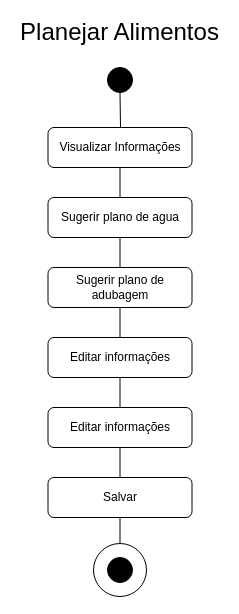
Above: Planejar_alimentos.drawio in Thiago163/api_sistema_trienal (draw.io), before the change. Source tidied: cells renumbered, new cells numbered last; positions are measured from the earlier drawing's top-left corner, leaving out a move shared by most shapes. Both pictures are drawn from the tidied source at 100%, with x=0, y=0 at pixel (17, 17).
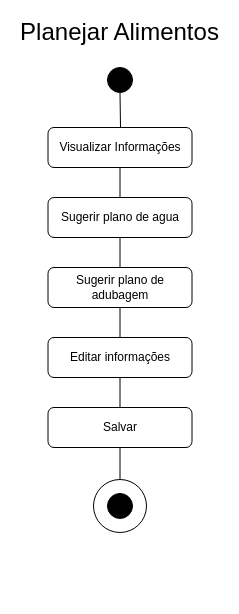
After the change.

What changed in the source:
```diff
@@
 <mxGraphModel>
   <root>
     <mxCell id="0" />
     <mxCell id="1" parent="0" />
     <mxCell id="2" style="ellipse;whiteSpace=wrap;html=1;fillColor=#000000;" parent="1" vertex="1">
       <mxGeometry x="90" y="50" width="25" height="25" as="geometry" />
     </mxCell>
     <mxCell id="3" value="&lt;font style=&quot;font-size: 24px;&quot;&gt;Planejar Alimentos&lt;/font&gt;" style="text;html=1;align=center;verticalAlign=middle;whiteSpace=wrap;rounded=0;" parent="1" vertex="1">
       <mxGeometry width="205" height="30" as="geometry" />
     </mxCell>
     <mxCell id="4" value="Visualizar Informações" style="rounded=1;whiteSpace=wrap;html=1;" parent="1" vertex="1">
       <mxGeometry x="30.5" y="110" width="144" height="40" as="geometry" />
     </mxCell>
     <mxCell id="5" style="endArrow=none;html=1;rounded=0;entryX=0.5;entryY=1;entryDx=0;entryDy=0;" parent="1" edge="1" target="2">
       <mxGeometry relative="1" as="geometry">
         <mxPoint x="103" y="110" as="sourcePoint" />
       </mxGeometry>
     </mxCell>
     <mxCell id="6" value="Sugerir plano de agua" style="rounded=1;whiteSpace=wrap;html=1;" parent="1" vertex="1">
       <mxGeometry x="30.5" y="180" width="144" height="40" as="geometry" />
     </mxCell>
     <mxCell id="7" value="Sugerir plano de adubagem" style="rounded=1;whiteSpace=wrap;html=1;" parent="1" vertex="1">
       <mxGeometry x="30.5" y="250" width="144" height="40" as="geometry" />
     </mxCell>
     <mxCell id="8" value="Editar informações" style="rounded=1;whiteSpace=wrap;html=1;" parent="1" vertex="1">
       <mxGeometry x="30.5" y="320" width="144" height="40" as="geometry" />
     </mxCell>
-    <mxCell id="9" value="Editar informações" style="rounded=1;whiteSpace=wrap;html=1;" parent="1" vertex="1">
+    <mxCell id="9" value="Salvar" style="rounded=1;whiteSpace=wrap;html=1;" parent="1" vertex="1">
       <mxGeometry x="30.5" y="390" width="144" height="40" as="geometry" />
     </mxCell>
-    <mxCell id="10" value="Salvar" style="rounded=1;whiteSpace=wrap;html=1;" parent="1" vertex="1">
-      <mxGeometry x="30.5" y="460" width="144" height="40" as="geometry" />
-    </mxCell>
     <mxCell id="11" style="endArrow=none;html=1;rounded=0;entryX=0.5;entryY=1;entryDx=0;entryDy=0;exitX=0.5;exitY=0;exitDx=0;exitDy=0;" parent="1" edge="1" source="6" target="4">
       <mxGeometry relative="1" as="geometry" />
     </mxCell>
     <mxCell id="12" style="endArrow=none;html=1;rounded=0;entryX=0.5;entryY=1;entryDx=0;entryDy=0;exitX=0.5;exitY=0;exitDx=0;exitDy=0;" parent="1" edge="1" source="7" target="6">
       <mxGeometry relative="1" as="geometry" />
     </mxCell>
     <mxCell id="13" style="endArrow=none;html=1;rounded=0;entryX=0.5;entryY=1;entryDx=0;entryDy=0;exitX=0.5;exitY=0;exitDx=0;exitDy=0;" parent="1" edge="1" source="8" target="7">
       <mxGeometry relative="1" as="geometry" />
     </mxCell>
     <mxCell id="14" style="endArrow=none;html=1;rounded=0;entryX=0.5;entryY=1;entryDx=0;entryDy=0;exitX=0.5;exitY=0;exitDx=0;exitDy=0;" parent="1" edge="1" source="9" target="8">
       <mxGeometry relative="1" as="geometry" />
     </mxCell>
-    <mxCell id="15" style="endArrow=none;html=1;rounded=0;entryX=0.5;entryY=1;entryDx=0;entryDy=0;exitX=0.5;exitY=0;exitDx=0;exitDy=0;" parent="1" edge="1" source="10" target="9">
+    <mxCell id="15" style="endArrow=none;html=1;rounded=0;entryX=0.5;entryY=1;entryDx=0;entryDy=0;exitX=0.5;exitY=0;exitDx=0;exitDy=0;" parent="1" edge="1" source="16" target="9">
       <mxGeometry relative="1" as="geometry" />
     </mxCell>
     <mxCell id="16" style="ellipse;whiteSpace=wrap;html=1;" parent="1" vertex="1">
-      <mxGeometry x="76" y="526" width="53" height="53" as="geometry" />
+      <mxGeometry x="76" y="462" width="53" height="53" as="geometry" />
     </mxCell>
     <mxCell id="17" style="ellipse;whiteSpace=wrap;html=1;fillColor=#000000;" parent="1" vertex="1">
-      <mxGeometry x="90" y="540" width="25" height="25" as="geometry" />
+      <mxGeometry x="90" y="476" width="25" height="25" as="geometry" />
     </mxCell>
-    <mxCell id="18" style="endArrow=none;html=1;rounded=0;entryX=0.5;entryY=1;entryDx=0;entryDy=0;exitX=0.5;exitY=0;exitDx=0;exitDy=0;" parent="1" edge="1" source="16" target="10">
-      <mxGeometry relative="1" as="geometry" />
-    </mxCell>
   </root>
 </mxGraphModel>
```
